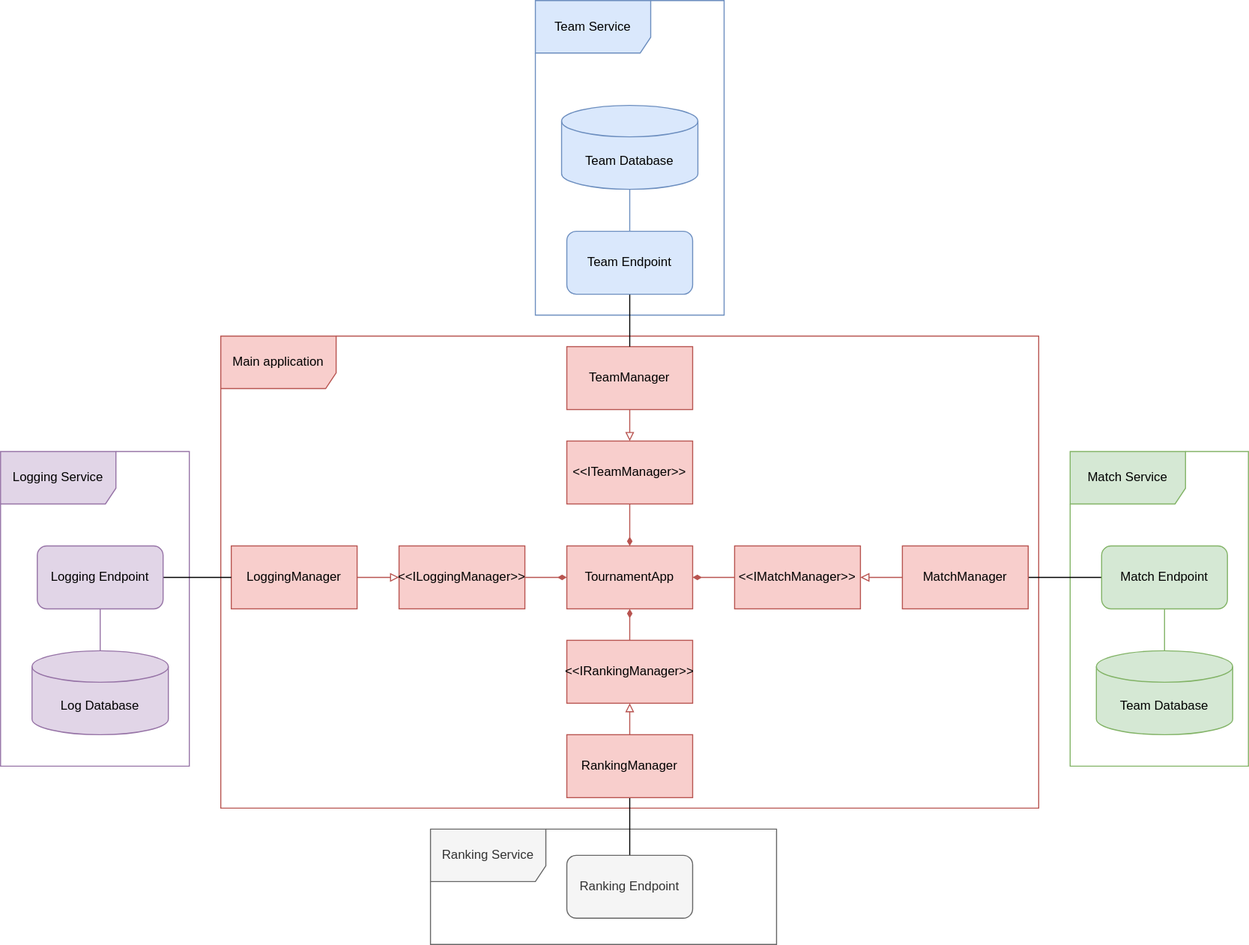
Earlier version of the draw.io export diagram.svg (HoJunHao2000/WeAreTheChampions). Source tidied: cells renumbered, new cells last; positions are measured from the earlier drawing's top-left corner, leaving out a move shared by most shapes.
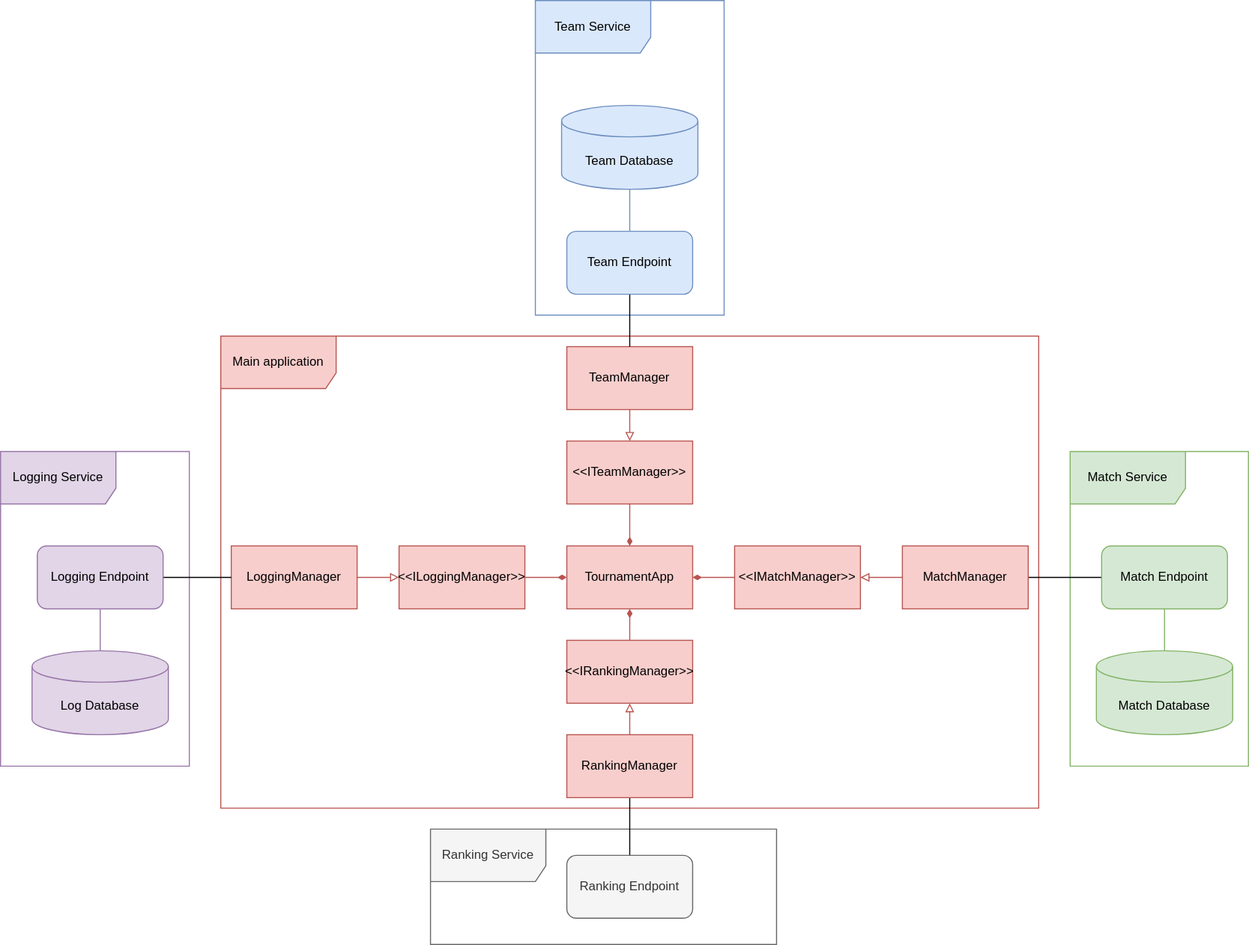
Above is the later version.

Diff of the diagram source:
```diff
@@ -89,7 +89,7 @@
     <mxCell id="30" style="edgeStyle=orthogonalEdgeStyle;rounded=0;jettySize=auto;html=1;exitX=0.5;exitY=0;exitDx=0;exitDy=0;exitPerimeter=0;entryX=0.5;entryY=1;entryDx=0;entryDy=0;endArrow=none;endFill=0;fillColor=#d5e8d4;strokeColor=#82b366;" parent="1" edge="1" source="31" target="32">
       <mxGeometry relative="1" as="geometry" />
     </mxCell>
-    <mxCell id="31" value="Team Database" style="shape=cylinder3;whiteSpace=wrap;html=1;boundedLbl=1;backgroundOutline=1;size=15;fillColor=#d5e8d4;strokeColor=#82b366;" parent="1" vertex="1">
+    <mxCell id="31" value="Match Database" style="shape=cylinder3;whiteSpace=wrap;html=1;boundedLbl=1;backgroundOutline=1;size=15;fillColor=#d5e8d4;strokeColor=#82b366;" parent="1" vertex="1">
       <mxGeometry x="1045" y="620" width="130" height="80" as="geometry" />
     </mxCell>
     <mxCell id="32" value="Match Endpoint" style="rounded=1;whiteSpace=wrap;html=1;fillColor=#d5e8d4;strokeColor=#82b366;" parent="1" vertex="1">
```
